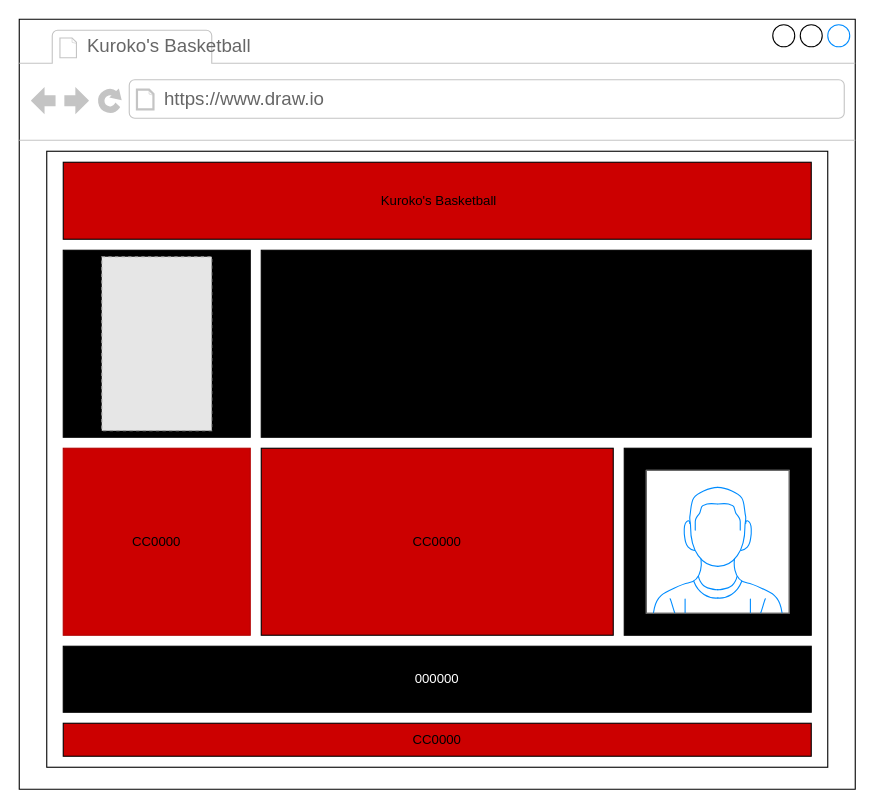
Above: wire frame.drawio in ASDAH-Digtal/18734-noah-aan (draw.io), before the change. Source tidied: cells renumbered, new cells numbered last; positions are measured from the earlier drawing's top-left corner, leaving out a move shared by most shapes. Both pictures are drawn from the tidied source at 110%, with x=0, y=0 at pixel (19, 19). Pictures stored in the file or linked from it are replaced by grey dashed boxes.
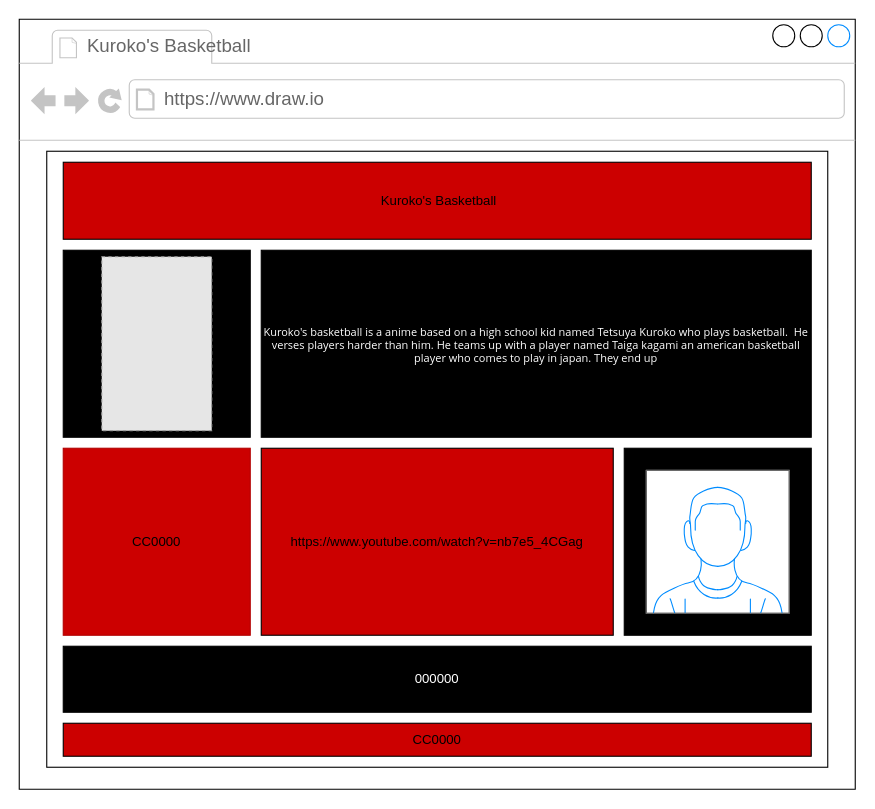
Above is the later version.

Diff of the diagram source:
```diff
@@
 <mxGraphModel>
   <root>
     <mxCell id="0" />
     <mxCell id="1" parent="0" />
     <mxCell id="2" style="strokeWidth=1;shadow=0;dashed=0;align=center;html=1;shape=mxgraph.mockup.containers.browserWindow;rSize=0;strokeColor2=#008cff;strokeColor3=#c4c4c4;mainText=,;" parent="1" vertex="1">
       <mxGeometry width="760" height="700" as="geometry" />
     </mxCell>
     <mxCell id="3" value="Kuroko's Basketball" style="strokeWidth=1;shadow=0;dashed=0;align=center;html=1;shape=mxgraph.mockup.containers.anchor;fontSize=17;fontColor=#666666;align=left;" parent="2" vertex="1">
       <mxGeometry x="60" y="12" width="110" height="26" as="geometry" />
     </mxCell>
     <mxCell id="4" value="https://www.draw.io" style="strokeWidth=1;shadow=0;dashed=0;align=center;html=1;shape=mxgraph.mockup.containers.anchor;rSize=0;fontSize=17;fontColor=#666666;align=left;" parent="2" vertex="1">
       <mxGeometry x="130" y="60" width="250" height="26" as="geometry" />
     </mxCell>
     <mxCell id="5" style="rounded=0;whiteSpace=wrap;html=1;" parent="2" vertex="1">
       <mxGeometry x="25" y="120" width="710" height="560" as="geometry" />
     </mxCell>
     <mxCell id="6" value="&amp;nbsp;Kuroko's Basketball" style="rounded=0;whiteSpace=wrap;html=1;fillColor=#CC0000;" parent="2" vertex="1">
       <mxGeometry x="40" y="130" width="680" height="70" as="geometry" />
     </mxCell>
     <mxCell id="7" style="whiteSpace=wrap;html=1;fillColor=#000000;" parent="2" vertex="1">
       <mxGeometry x="40" y="210" width="170" height="170" as="geometry" />
     </mxCell>
     <mxCell id="8" value="&lt;font color=&quot;#000000&quot;&gt;CC0000&lt;/font&gt;" style="whiteSpace=wrap;html=1;strokeColor=#B20000;fontColor=#ffffff;fillColor=#CC0000;" parent="2" vertex="1">
       <mxGeometry x="40" y="390" width="170" height="170" as="geometry" />
     </mxCell>
     <mxCell id="9" value="&lt;font color=&quot;#ffffff&quot;&gt;000000&lt;/font&gt;" style="rounded=0;whiteSpace=wrap;html=1;fillColor=#000000;" parent="2" vertex="1">
       <mxGeometry x="40" y="570" width="680" height="60" as="geometry" />
     </mxCell>
-    <mxCell id="10" value="&lt;div class=&quot;OutlineElement Ltr SCXW93701530 BCX0&quot; style=&quot;margin: 0px ; padding: 0px ; overflow: visible ; cursor: text ; clear: both ; position: relative ; direction: ltr ; font-family: &amp;#34;segoe ui&amp;#34; , &amp;#34;segoe ui web&amp;#34; , &amp;#34;arial&amp;#34; , &amp;#34;verdana&amp;#34; , sans-serif ; font-size: 10px&quot;&gt;&lt;div class=&quot;OutlineElement Ltr SCXW93701530 BCX0&quot; style=&quot;margin: 0px ; padding: 0px ; overflow: visible ; cursor: text ; clear: both ; position: relative ; direction: ltr&quot;&gt;&lt;p class=&quot;Paragraph SCXW93701530 BCX0&quot; style=&quot;margin: 0px ; padding: 0px ; overflow-wrap: break-word ; vertical-align: baseline&quot;&gt;&lt;br&gt;&lt;/p&gt;&lt;/div&gt;&lt;/div&gt;" style="rounded=0;whiteSpace=wrap;html=1;fillColor=#000000;" parent="2" vertex="1">
+    <mxCell id="10" value="&lt;div class=&quot;OutlineElement Ltr SCXW93701530 BCX0&quot; style=&quot;margin: 0px ; padding: 0px ; overflow: visible ; cursor: text ; clear: both ; position: relative ; direction: ltr ; font-family: &amp;#34;segoe ui&amp;#34; , &amp;#34;segoe ui web&amp;#34; , &amp;#34;arial&amp;#34; , &amp;#34;verdana&amp;#34; , sans-serif ; font-size: 10px&quot;&gt;&lt;div class=&quot;OutlineElement Ltr SCXW93701530 BCX0&quot; style=&quot;margin: 0px ; padding: 0px ; overflow: visible ; cursor: text ; clear: both ; position: relative ; direction: ltr&quot;&gt;&lt;p class=&quot;Paragraph SCXW93701530 BCX0&quot; style=&quot;margin: 0px ; padding: 0px ; overflow-wrap: break-word ; vertical-align: baseline&quot;&gt;&lt;font color=&quot;#ffffff&quot;&gt;Kuroko's basketball is a anime based on a high school kid named Tetsuya Kuroko who plays basketball.&amp;nbsp; He verses players harder than him. He teams up with a player named Taiga kagami an american basketball player who comes to play in japan. They end up&lt;/font&gt;&lt;/p&gt;&lt;/div&gt;&lt;/div&gt;" style="rounded=0;whiteSpace=wrap;html=1;fillColor=#000000;" parent="2" vertex="1">
       <mxGeometry x="220" y="210" width="500" height="170" as="geometry" />
     </mxCell>
     <mxCell id="11" value="CC0000" style="rounded=0;whiteSpace=wrap;html=1;fillColor=#CC0000;" parent="2" vertex="1">
       <mxGeometry x="40" y="640" width="680" height="30" as="geometry" />
     </mxCell>
-    <mxCell id="12" value="CC0000" style="rounded=0;whiteSpace=wrap;html=1;fillColor=#CC0000;" parent="2" vertex="1">
+    <mxCell id="12" value="https://www.youtube.com/watch?v=nb7e5_4CGag" style="rounded=0;whiteSpace=wrap;html=1;fillColor=#CC0000;" parent="2" vertex="1">
       <mxGeometry x="220" y="390" width="320" height="170" as="geometry" />
     </mxCell>
     <mxCell id="13" style="whiteSpace=wrap;html=1;fillColor=#000000;" parent="2" vertex="1">
       <mxGeometry x="550" y="390" width="170" height="170" as="geometry" />
     </mxCell>
     <mxCell id="14" style="verticalLabelPosition=bottom;shadow=0;dashed=0;align=center;html=1;verticalAlign=top;strokeWidth=1;shape=mxgraph.mockup.containers.userMale;strokeColor=#666666;strokeColor2=#008cff;" parent="2" vertex="1">
       <mxGeometry x="570" y="410" width="130" height="130" as="geometry" />
     </mxCell>
     <mxCell id="15" style="fillColor=#E6E6E6;strokeColor=#999999;dashed=1;verticalLabelPosition=bottom;labelBackgroundColor=#ffffff;verticalAlign=top;" parent="2" vertex="1">
       <mxGeometry x="75" y="215.9" width="100" height="158.2" as="geometry" />
     </mxCell>
   </root>
 </mxGraphModel>
```
